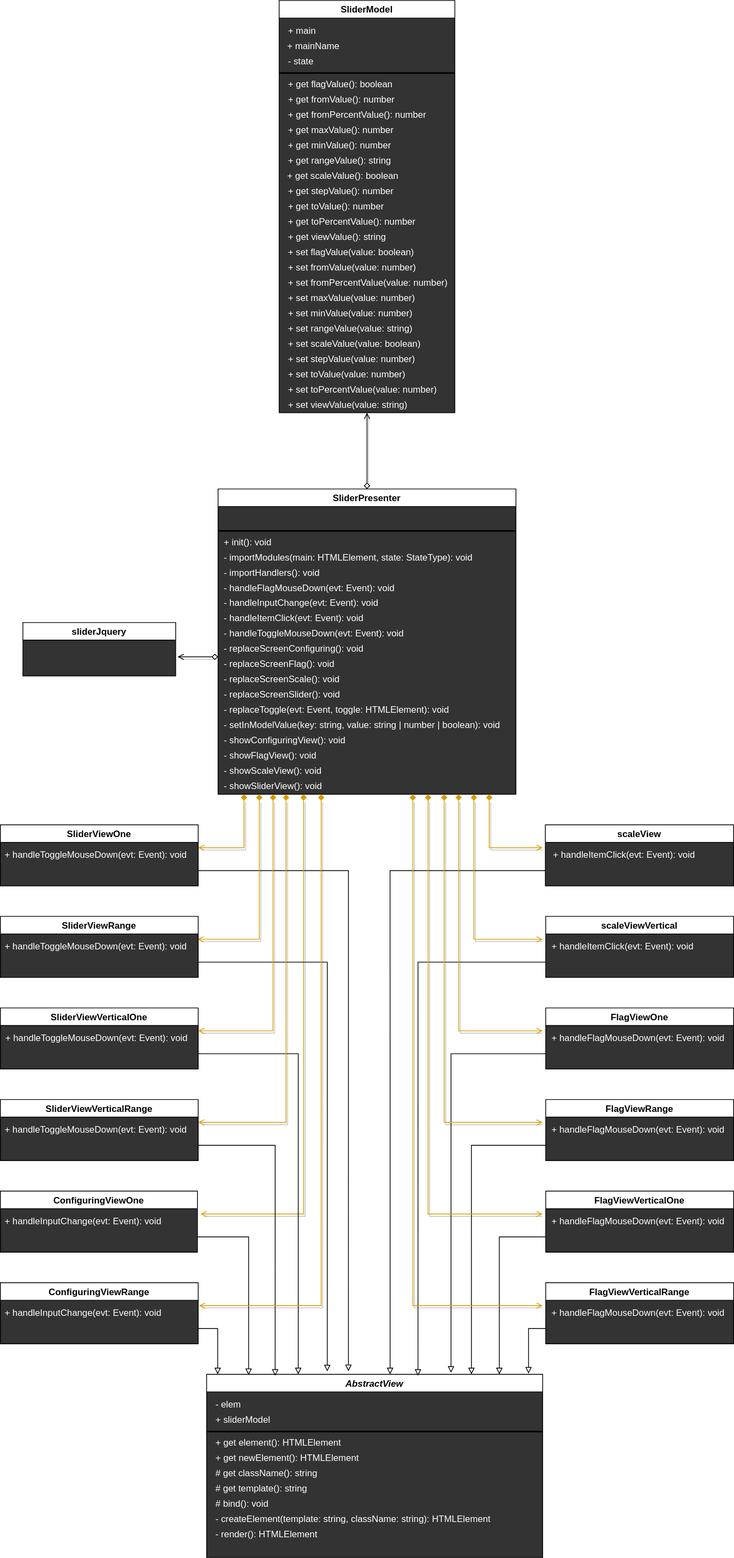
Earlier version of the draw.io export UML.svg (webproject67/Slider). Source tidied: cells renumbered, new cells last; positions are measured from the earlier drawing's top-left corner, leaving out a move shared by most shapes.
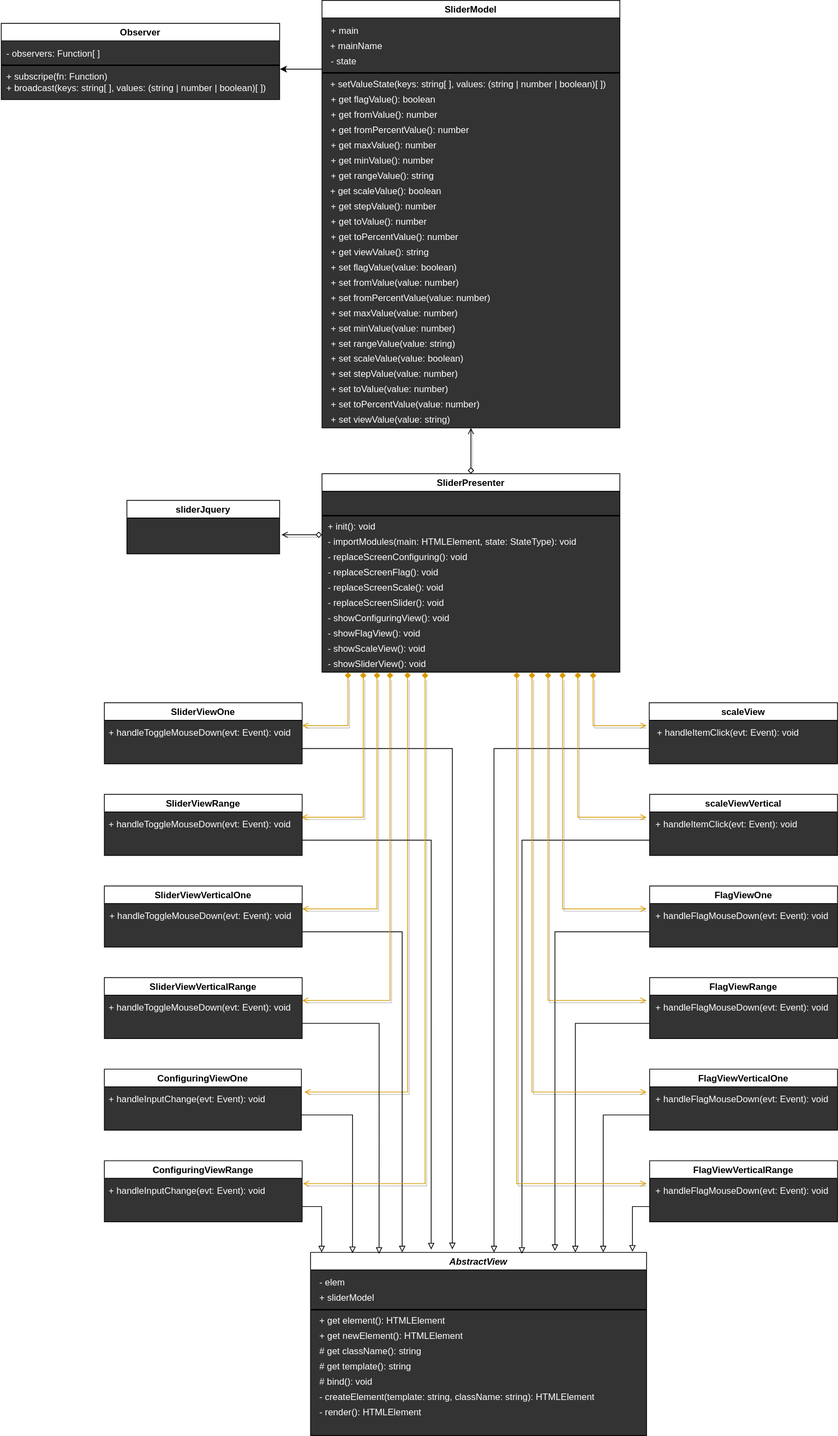
The same file after the commit.

What changed in the source:
```diff
@@ -7,4 +7,10 @@
     </mxCell>
+    <mxCell id="124" style="edgeStyle=orthogonalEdgeStyle;rounded=0;orthogonalLoop=1;jettySize=auto;html=1;" parent="1" edge="1">
+      <mxGeometry relative="1" as="geometry">
+        <mxPoint x="285" y="250" as="sourcePoint" />
+        <mxPoint x="230" y="250" as="targetPoint" />
+      </mxGeometry>
+    </mxCell>
     <mxCell id="3" value="SliderModel" style="swimlane;startSize=23;swimlaneFillColor=#333333;" parent="1" vertex="1">
-      <mxGeometry x="365" width="230" height="540" as="geometry" />
+      <mxGeometry x="285" y="160" width="390" height="560" as="geometry" />
     </mxCell>
@@ -14,69 +20,69 @@
     <mxCell id="5" style="line;strokeWidth=2;html=1;" parent="3" vertex="1">
-      <mxGeometry y="90" width="230" height="10" as="geometry" />
+      <mxGeometry y="90" width="390" height="10" as="geometry" />
     </mxCell>
     <mxCell id="6" value="&lt;div style=&quot;line-height: 19px&quot;&gt;&lt;font style=&quot;font-size: 12px&quot; color=&quot;#ffffff&quot;&gt;+ get&amp;nbsp;maxValue(): number&lt;/font&gt;&lt;/div&gt;" style="text;html=1;align=left;verticalAlign=middle;" parent="3" vertex="1">
-      <mxGeometry x="10" y="160" width="150" height="20" as="geometry" />
+      <mxGeometry x="10" y="180" width="150" height="20" as="geometry" />
     </mxCell>
     <mxCell id="7" value="&lt;div style=&quot;line-height: 19px&quot;&gt;&lt;font style=&quot;font-size: 12px&quot; color=&quot;#ffffff&quot;&gt;+ get fromValue(): number&lt;/font&gt;&lt;/div&gt;" style="text;html=1;align=left;verticalAlign=middle;" parent="3" vertex="1">
-      <mxGeometry x="10" y="120" width="160" height="20" as="geometry" />
+      <mxGeometry x="10" y="140" width="160" height="20" as="geometry" />
     </mxCell>
     <mxCell id="8" value="&lt;div style=&quot;line-height: 19px&quot;&gt;&lt;span style=&quot;color: rgb(255 , 255 , 255)&quot;&gt;+ get rangeValue(): string&lt;/span&gt;&lt;br&gt;&lt;/div&gt;" style="text;html=1;align=left;verticalAlign=middle;" parent="3" vertex="1">
-      <mxGeometry x="10" y="200" width="150" height="20" as="geometry" />
+      <mxGeometry x="10" y="220" width="150" height="20" as="geometry" />
     </mxCell>
     <mxCell id="9" value="&lt;div style=&quot;line-height: 19px&quot;&gt;&lt;span style=&quot;color: rgb(255 , 255 , 255)&quot;&gt;+ get flagValue(): boolean&lt;/span&gt;&lt;br&gt;&lt;/div&gt;" style="text;html=1;align=left;verticalAlign=middle;" parent="3" vertex="1">
-      <mxGeometry x="10" y="100" width="150" height="20" as="geometry" />
+      <mxGeometry x="10" y="120" width="150" height="20" as="geometry" />
     </mxCell>
     <mxCell id="10" value="&lt;div style=&quot;line-height: 19px&quot;&gt;&lt;span style=&quot;color: rgb(255 , 255 , 255)&quot;&gt;+ get scaleValue(): boolean&lt;/span&gt;&lt;br&gt;&lt;/div&gt;" style="text;html=1;align=left;verticalAlign=middle;" parent="3" vertex="1">
-      <mxGeometry x="9" y="220" width="160" height="20" as="geometry" />
+      <mxGeometry x="9" y="240" width="160" height="20" as="geometry" />
     </mxCell>
     <mxCell id="11" value="&lt;div style=&quot;line-height: 19px&quot;&gt;&lt;font style=&quot;font-size: 12px&quot; color=&quot;#ffffff&quot;&gt;+ set&amp;nbsp;maxValue(value: number)&lt;/font&gt;&lt;/div&gt;" style="text;html=1;align=left;verticalAlign=middle;" parent="3" vertex="1">
-      <mxGeometry x="10" y="380" width="180" height="20" as="geometry" />
+      <mxGeometry x="10" y="400" width="180" height="20" as="geometry" />
     </mxCell>
     <mxCell id="12" value="&lt;div style=&quot;line-height: 19px&quot;&gt;&lt;font style=&quot;font-size: 12px&quot; color=&quot;#ffffff&quot;&gt;+ set fromValue(value: number)&lt;/font&gt;&lt;/div&gt;" style="text;html=1;align=left;verticalAlign=middle;" parent="3" vertex="1">
-      <mxGeometry x="10" y="340" width="180" height="20" as="geometry" />
+      <mxGeometry x="10" y="360" width="180" height="20" as="geometry" />
     </mxCell>
     <mxCell id="13" value="&lt;div style=&quot;line-height: 19px&quot;&gt;&lt;font style=&quot;font-size: 12px&quot; color=&quot;#ffffff&quot;&gt;+ set rangeValue(value: string)&lt;/font&gt;&lt;/div&gt;" style="text;html=1;align=left;verticalAlign=middle;" parent="3" vertex="1">
-      <mxGeometry x="10" y="420" width="180" height="20" as="geometry" />
+      <mxGeometry x="10" y="440" width="180" height="20" as="geometry" />
     </mxCell>
     <mxCell id="14" value="&lt;div style=&quot;line-height: 19px&quot;&gt;&lt;font style=&quot;font-size: 12px&quot; color=&quot;#ffffff&quot;&gt;+ set flagValue(value: boolean)&lt;/font&gt;&lt;/div&gt;" style="text;html=1;align=left;verticalAlign=middle;" parent="3" vertex="1">
-      <mxGeometry x="10" y="320" width="180" height="20" as="geometry" />
+      <mxGeometry x="10" y="340" width="180" height="20" as="geometry" />
     </mxCell>
     <mxCell id="15" value="&lt;div style=&quot;line-height: 19px&quot;&gt;&lt;font style=&quot;font-size: 12px&quot; color=&quot;#ffffff&quot;&gt;+ set scaleValue(value: boolean)&lt;/font&gt;&lt;/div&gt;" style="text;html=1;align=left;verticalAlign=middle;" parent="3" vertex="1">
-      <mxGeometry x="10" y="440" width="190" height="20" as="geometry" />
+      <mxGeometry x="10" y="460" width="190" height="20" as="geometry" />
     </mxCell>
     <mxCell id="16" value="&lt;div style=&quot;line-height: 19px&quot;&gt;&lt;font style=&quot;font-size: 12px&quot; color=&quot;#ffffff&quot;&gt;+ get&amp;nbsp;minValue(): number&lt;/font&gt;&lt;/div&gt;" style="text;html=1;align=left;verticalAlign=middle;" parent="3" vertex="1">
-      <mxGeometry x="10" y="180" width="150" height="20" as="geometry" />
+      <mxGeometry x="10" y="200" width="150" height="20" as="geometry" />
     </mxCell>
     <mxCell id="17" value="&lt;div style=&quot;line-height: 19px&quot;&gt;&lt;span style=&quot;color: rgb(255 , 255 , 255)&quot;&gt;+ get stepValue(): number&lt;/span&gt;&lt;br&gt;&lt;/div&gt;" style="text;html=1;align=left;verticalAlign=middle;" parent="3" vertex="1">
-      <mxGeometry x="10" y="240" width="150" height="20" as="geometry" />
+      <mxGeometry x="10" y="260" width="150" height="20" as="geometry" />
     </mxCell>
     <mxCell id="18" value="&lt;div style=&quot;line-height: 19px&quot;&gt;&lt;font style=&quot;font-size: 12px&quot; color=&quot;#ffffff&quot;&gt;+ get toValue(): number&lt;/font&gt;&lt;/div&gt;" style="text;html=1;align=left;verticalAlign=middle;" parent="3" vertex="1">
-      <mxGeometry x="10" y="260" width="140" height="20" as="geometry" />
+      <mxGeometry x="10" y="280" width="140" height="20" as="geometry" />
     </mxCell>
     <mxCell id="19" value="&lt;div style=&quot;line-height: 19px&quot;&gt;&lt;span style=&quot;color: rgb(255 , 255 , 255)&quot;&gt;+ get viewValue(): string&lt;/span&gt;&lt;br&gt;&lt;/div&gt;" style="text;html=1;align=left;verticalAlign=middle;" parent="3" vertex="1">
-      <mxGeometry x="10" y="300" width="140" height="20" as="geometry" />
+      <mxGeometry x="10" y="320" width="140" height="20" as="geometry" />
     </mxCell>
     <mxCell id="20" value="&lt;div style=&quot;line-height: 19px&quot;&gt;&lt;font style=&quot;font-size: 12px&quot; color=&quot;#ffffff&quot;&gt;+ set&amp;nbsp;minValue(value: number)&lt;/font&gt;&lt;/div&gt;" style="text;html=1;align=left;verticalAlign=middle;" parent="3" vertex="1">
-      <mxGeometry x="10" y="400" width="180" height="20" as="geometry" />
+      <mxGeometry x="10" y="420" width="180" height="20" as="geometry" />
     </mxCell>
     <mxCell id="21" value="&lt;div style=&quot;line-height: 19px&quot;&gt;&lt;font style=&quot;font-size: 12px&quot; color=&quot;#ffffff&quot;&gt;+ set stepValue(value: number)&lt;/font&gt;&lt;/div&gt;" style="text;html=1;align=left;verticalAlign=middle;" parent="3" vertex="1">
-      <mxGeometry x="10" y="460" width="180" height="20" as="geometry" />
+      <mxGeometry x="10" y="480" width="180" height="20" as="geometry" />
     </mxCell>
     <mxCell id="22" value="&lt;div style=&quot;line-height: 19px&quot;&gt;&lt;font style=&quot;font-size: 12px&quot; color=&quot;#ffffff&quot;&gt;+ set toValue(value: number)&lt;/font&gt;&lt;/div&gt;" style="text;html=1;align=left;verticalAlign=middle;" parent="3" vertex="1">
-      <mxGeometry x="10" y="480" width="170" height="20" as="geometry" />
+      <mxGeometry x="10" y="500" width="170" height="20" as="geometry" />
     </mxCell>
     <mxCell id="23" value="&lt;div style=&quot;line-height: 19px&quot;&gt;&lt;font style=&quot;font-size: 12px&quot; color=&quot;#ffffff&quot;&gt;+ set viewValue(value: string)&lt;/font&gt;&lt;/div&gt;" style="text;html=1;align=left;verticalAlign=middle;" parent="3" vertex="1">
-      <mxGeometry x="10" y="520" width="170" height="20" as="geometry" />
+      <mxGeometry x="10" y="540" width="170" height="20" as="geometry" />
     </mxCell>
     <mxCell id="24" value="&lt;div style=&quot;line-height: 19px&quot;&gt;&lt;font style=&quot;font-size: 12px&quot; color=&quot;#ffffff&quot;&gt;+ set fromPercentValue(value: number)&lt;/font&gt;&lt;/div&gt;" style="text;html=1;align=left;verticalAlign=middle;" parent="3" vertex="1">
-      <mxGeometry x="10" y="360" width="220" height="20" as="geometry" />
+      <mxGeometry x="10" y="380" width="220" height="20" as="geometry" />
     </mxCell>
     <mxCell id="25" value="&lt;div style=&quot;line-height: 19px&quot;&gt;&lt;font style=&quot;font-size: 12px&quot; color=&quot;#ffffff&quot;&gt;+ get fromPercentValue(): number&lt;/font&gt;&lt;/div&gt;" style="text;html=1;align=left;verticalAlign=middle;" parent="3" vertex="1">
-      <mxGeometry x="10" y="140" width="200" height="20" as="geometry" />
+      <mxGeometry x="10" y="160" width="200" height="20" as="geometry" />
     </mxCell>
     <mxCell id="26" value="&lt;div style=&quot;line-height: 19px&quot;&gt;&lt;font style=&quot;font-size: 12px&quot; color=&quot;#ffffff&quot;&gt;+ get toPercentValue(): number&lt;/font&gt;&lt;/div&gt;" style="text;html=1;align=left;verticalAlign=middle;" parent="3" vertex="1">
-      <mxGeometry x="10" y="280" width="180" height="20" as="geometry" />
+      <mxGeometry x="10" y="300" width="180" height="20" as="geometry" />
     </mxCell>
     <mxCell id="27" value="&lt;div style=&quot;line-height: 19px&quot;&gt;&lt;font style=&quot;font-size: 12px&quot; color=&quot;#ffffff&quot;&gt;+ set toPercentValue(value: number)&lt;/font&gt;&lt;/div&gt;" style="text;html=1;align=left;verticalAlign=middle;" parent="3" vertex="1">
-      <mxGeometry x="10" y="500" width="210" height="20" as="geometry" />
+      <mxGeometry x="10" y="520" width="210" height="20" as="geometry" />
     </mxCell>
@@ -88,2 +94,5 @@
     </mxCell>
+    <mxCell id="125" value="&lt;div style=&quot;line-height: 19px&quot;&gt;&lt;span style=&quot;color: rgb(255 , 255 , 255)&quot;&gt;+ setValueState(keys: string[ ], values: (string | number | boolean)[ ])&lt;/span&gt;&lt;br&gt;&lt;/div&gt;" style="text;html=1;align=left;verticalAlign=middle;" parent="3" vertex="1">
+      <mxGeometry x="9" y="100" width="380" height="20" as="geometry" />
+    </mxCell>
     <mxCell id="30" value="AbstractView" style="swimlane;fontStyle=3;swimlaneFillColor=#333333;" parent="1" vertex="1">
@@ -140,3 +149,3 @@
     <mxCell id="46" value="SliderPresenter" style="swimlane;swimlaneFillColor=#333333;" parent="1" vertex="1">
-      <mxGeometry x="285" y="640" width="390" height="400" as="geometry" />
+      <mxGeometry x="285" y="780" width="390" height="260" as="geometry" />
     </mxCell>
@@ -145,44 +154,26 @@
     </mxCell>
-    <mxCell id="48" value="&lt;div style=&quot;line-height: 19px&quot;&gt;&lt;font style=&quot;font-size: 12px&quot; color=&quot;#ffffff&quot;&gt;- setInModelValue(key: string, value: string | number | boolean): void&lt;/font&gt;&lt;/div&gt;" style="text;html=1;align=left;verticalAlign=middle;" parent="46" vertex="1">
-      <mxGeometry x="6" y="300" width="380" height="20" as="geometry" />
-    </mxCell>
     <mxCell id="49" value="&lt;div style=&quot;line-height: 19px&quot;&gt;&lt;font style=&quot;font-size: 12px&quot; color=&quot;#ffffff&quot;&gt;- showConfiguringView(): void&lt;/font&gt;&lt;/div&gt;" style="text;html=1;align=left;verticalAlign=middle;" parent="46" vertex="1">
-      <mxGeometry x="6" y="320" width="170" height="20" as="geometry" />
+      <mxGeometry x="6" y="180" width="170" height="20" as="geometry" />
     </mxCell>
     <mxCell id="50" value="&lt;div style=&quot;line-height: 19px&quot;&gt;&lt;font style=&quot;font-size: 12px&quot; color=&quot;#ffffff&quot;&gt;- showFlagView(): void&lt;/font&gt;&lt;/div&gt;" style="text;html=1;align=left;verticalAlign=middle;" parent="46" vertex="1">
-      <mxGeometry x="6" y="340" width="140" height="20" as="geometry" />
+      <mxGeometry x="6" y="200" width="140" height="20" as="geometry" />
     </mxCell>
     <mxCell id="51" value="&lt;div style=&quot;line-height: 19px&quot;&gt;&lt;font style=&quot;font-size: 12px&quot; color=&quot;#ffffff&quot;&gt;- showScaleView(): void&lt;/font&gt;&lt;/div&gt;" style="text;html=1;align=left;verticalAlign=middle;" parent="46" vertex="1">
-      <mxGeometry x="6" y="360" width="140" height="20" as="geometry" />
+      <mxGeometry x="6" y="220" width="140" height="20" as="geometry" />
     </mxCell>
     <mxCell id="52" value="&lt;div style=&quot;line-height: 19px&quot;&gt;&lt;font style=&quot;font-size: 12px&quot; color=&quot;#ffffff&quot;&gt;- replaceScreenConfiguring(): void&lt;/font&gt;&lt;/div&gt;" style="text;html=1;align=left;verticalAlign=middle;" parent="46" vertex="1">
-      <mxGeometry x="6" y="200" width="200" height="20" as="geometry" />
+      <mxGeometry x="6" y="100" width="200" height="20" as="geometry" />
     </mxCell>
     <mxCell id="53" value="&lt;div style=&quot;line-height: 19px&quot;&gt;&lt;font style=&quot;font-size: 12px&quot; color=&quot;#ffffff&quot;&gt;- replaceScreenFlag(): void&lt;/font&gt;&lt;/div&gt;" style="text;html=1;align=left;verticalAlign=middle;" parent="46" vertex="1">
-      <mxGeometry x="6" y="220" width="160" height="20" as="geometry" />
+      <mxGeometry x="6" y="120" width="160" height="20" as="geometry" />
     </mxCell>
     <mxCell id="54" value="&lt;div style=&quot;line-height: 19px&quot;&gt;&lt;font style=&quot;font-size: 12px&quot; color=&quot;#ffffff&quot;&gt;- replaceScreenScale(): void&lt;/font&gt;&lt;/div&gt;" style="text;html=1;align=left;verticalAlign=middle;" parent="46" vertex="1">
-      <mxGeometry x="6" y="240" width="170" height="20" as="geometry" />
+      <mxGeometry x="6" y="140" width="170" height="20" as="geometry" />
     </mxCell>
     <mxCell id="55" value="&lt;div style=&quot;line-height: 19px&quot;&gt;&lt;font style=&quot;font-size: 12px&quot; color=&quot;#ffffff&quot;&gt;- replaceScreenSlider(): void&lt;/font&gt;&lt;/div&gt;" style="text;html=1;align=left;verticalAlign=middle;" parent="46" vertex="1">
-      <mxGeometry x="6" y="260" width="170" height="20" as="geometry" />
+      <mxGeometry x="6" y="160" width="170" height="20" as="geometry" />
     </mxCell>
-    <mxCell id="56" value="&lt;div style=&quot;line-height: 19px&quot;&gt;&lt;font style=&quot;font-size: 12px&quot; color=&quot;#ffffff&quot;&gt;- replaceToggle(evt: Event, toggle: HTMLElement): void&lt;/font&gt;&lt;/div&gt;" style="text;html=1;align=left;verticalAlign=middle;" parent="46" vertex="1">
-      <mxGeometry x="6" y="280" width="310" height="20" as="geometry" />
-    </mxCell>
     <mxCell id="57" value="&lt;div style=&quot;line-height: 19px&quot;&gt;&lt;font style=&quot;font-size: 12px&quot; color=&quot;#ffffff&quot;&gt;- showSliderView(): void&lt;/font&gt;&lt;/div&gt;" style="text;html=1;align=left;verticalAlign=middle;" parent="46" vertex="1">
-      <mxGeometry x="6" y="380" width="140" height="20" as="geometry" />
+      <mxGeometry x="6" y="240" width="140" height="20" as="geometry" />
     </mxCell>
-    <mxCell id="58" value="&lt;div style=&quot;line-height: 19px&quot;&gt;&lt;font style=&quot;font-size: 12px&quot; color=&quot;#ffffff&quot;&gt;- handleFlagMouseDown(evt: Event): void&lt;/font&gt;&lt;/div&gt;" style="text;html=1;align=left;verticalAlign=middle;" parent="46" vertex="1">
-      <mxGeometry x="6" y="120" width="240" height="20" as="geometry" />
-    </mxCell>
-    <mxCell id="59" value="&lt;div style=&quot;line-height: 19px&quot;&gt;&lt;font style=&quot;font-size: 12px&quot; color=&quot;#ffffff&quot;&gt;- handleItemClick(evt: Event): void&lt;/font&gt;&lt;/div&gt;" style="text;html=1;align=left;verticalAlign=middle;" parent="46" vertex="1">
-      <mxGeometry x="6" y="160" width="200" height="20" as="geometry" />
-    </mxCell>
-    <mxCell id="60" value="&lt;div style=&quot;line-height: 19px&quot;&gt;&lt;font style=&quot;font-size: 12px&quot; color=&quot;#ffffff&quot;&gt;- handleInputChange(evt: Event): void&lt;/font&gt;&lt;/div&gt;" style="text;html=1;align=left;verticalAlign=middle;" parent="46" vertex="1">
-      <mxGeometry x="6" y="140" width="220" height="20" as="geometry" />
-    </mxCell>
-    <mxCell id="61" value="&lt;div style=&quot;line-height: 19px&quot;&gt;&lt;font style=&quot;font-size: 12px&quot; color=&quot;#ffffff&quot;&gt;- handleToggleMouseDown(evt: Event): void&lt;/font&gt;&lt;/div&gt;" style="text;html=1;align=left;verticalAlign=middle;" parent="46" vertex="1">
-      <mxGeometry x="6" y="180" width="250" height="20" as="geometry" />
-    </mxCell>
     <mxCell id="62" value="&lt;div style=&quot;line-height: 19px&quot;&gt;&lt;font style=&quot;font-size: 12px&quot; color=&quot;#ffffff&quot;&gt;+ init(): void&lt;/font&gt;&lt;/div&gt;" style="text;html=1;align=left;verticalAlign=middle;" parent="46" vertex="1">
@@ -193,5 +184,2 @@
     </mxCell>
-    <mxCell id="64" value="&lt;div style=&quot;line-height: 19px&quot;&gt;&lt;font style=&quot;font-size: 12px&quot; color=&quot;#ffffff&quot;&gt;- importHandlers(): void&lt;/font&gt;&lt;/div&gt;" style="text;html=1;align=left;verticalAlign=middle;" parent="46" vertex="1">
-      <mxGeometry x="6" y="100" width="140" height="20" as="geometry" />
-    </mxCell>
     <mxCell id="65" style="edgeStyle=orthogonalEdgeStyle;rounded=0;jettySize=auto;html=1;entryX=0.125;entryY=0.004;entryDx=0;entryDy=0;entryPerimeter=0;endArrow=block;endFill=0;exitX=1;exitY=0.75;exitDx=0;exitDy=0;" parent="1" edge="1" source="67" target="30">
@@ -417,2 +405,17 @@
     </mxCell>
+    <mxCell id="126" value="Observer" style="swimlane;swimlaneFillColor=#333333;" parent="1" vertex="1">
+      <mxGeometry x="-135" y="190" width="364.5" height="100" as="geometry" />
+    </mxCell>
+    <mxCell id="127" value="&lt;font color=&quot;#ffffff&quot;&gt;+ subscripe(fn: Function)&lt;/font&gt;" style="text;html=1;align=left;verticalAlign=middle;" parent="126" vertex="1">
+      <mxGeometry x="4.5" y="60" width="150" height="20" as="geometry" />
+    </mxCell>
+    <mxCell id="128" value="&lt;font color=&quot;#ffffff&quot;&gt;+ broadcast(keys: string[ ], values: (string | number | boolean)[ ])&lt;/font&gt;" style="text;html=1;align=left;verticalAlign=middle;" parent="126" vertex="1">
+      <mxGeometry x="4.5" y="75" width="360" height="20" as="geometry" />
+    </mxCell>
+    <mxCell id="129" style="line;strokeWidth=2;html=1;" parent="126" vertex="1">
+      <mxGeometry y="50" width="364.5" height="10" as="geometry" />
+    </mxCell>
+    <mxCell id="130" value="&lt;font color=&quot;#ffffff&quot;&gt;- observers: Function[ ]&lt;/font&gt;" style="text;html=1;align=left;verticalAlign=middle;" parent="126" vertex="1">
+      <mxGeometry x="4.5" y="30" width="140" height="20" as="geometry" />
+    </mxCell>
   </root>
```
